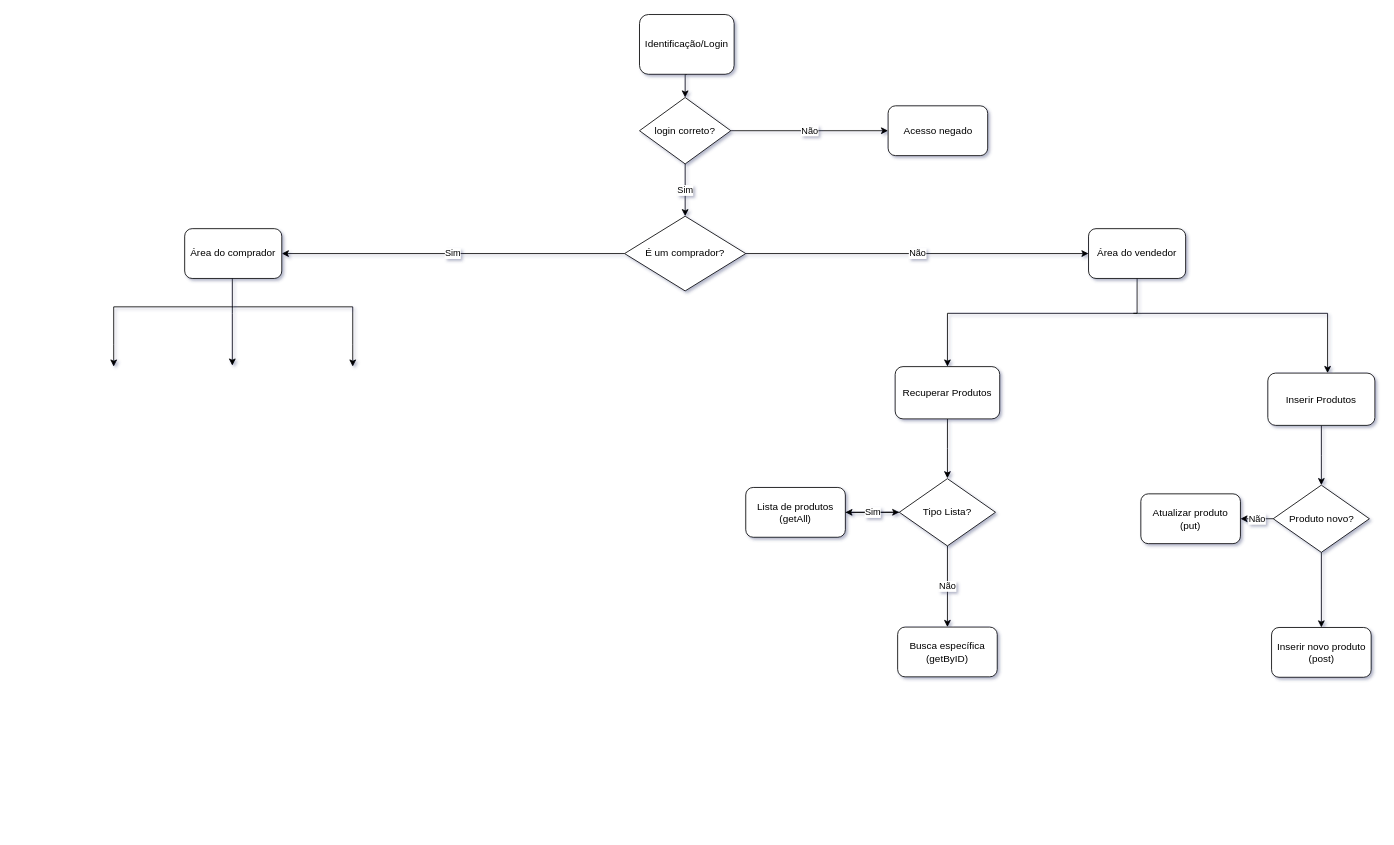
leohummels/Ordinary-Commerce keeps this draw.io diagram as src/Untitled Diagram.drawio. Above is the earlier version. Source tidied: cells renumbered, new cells numbered last; positions are measured from the earlier drawing's top-left corner, leaving out a move shared by most shapes. Both pictures are drawn from the tidied source at 83%, with x=0, y=0 at pixel (113, 14).
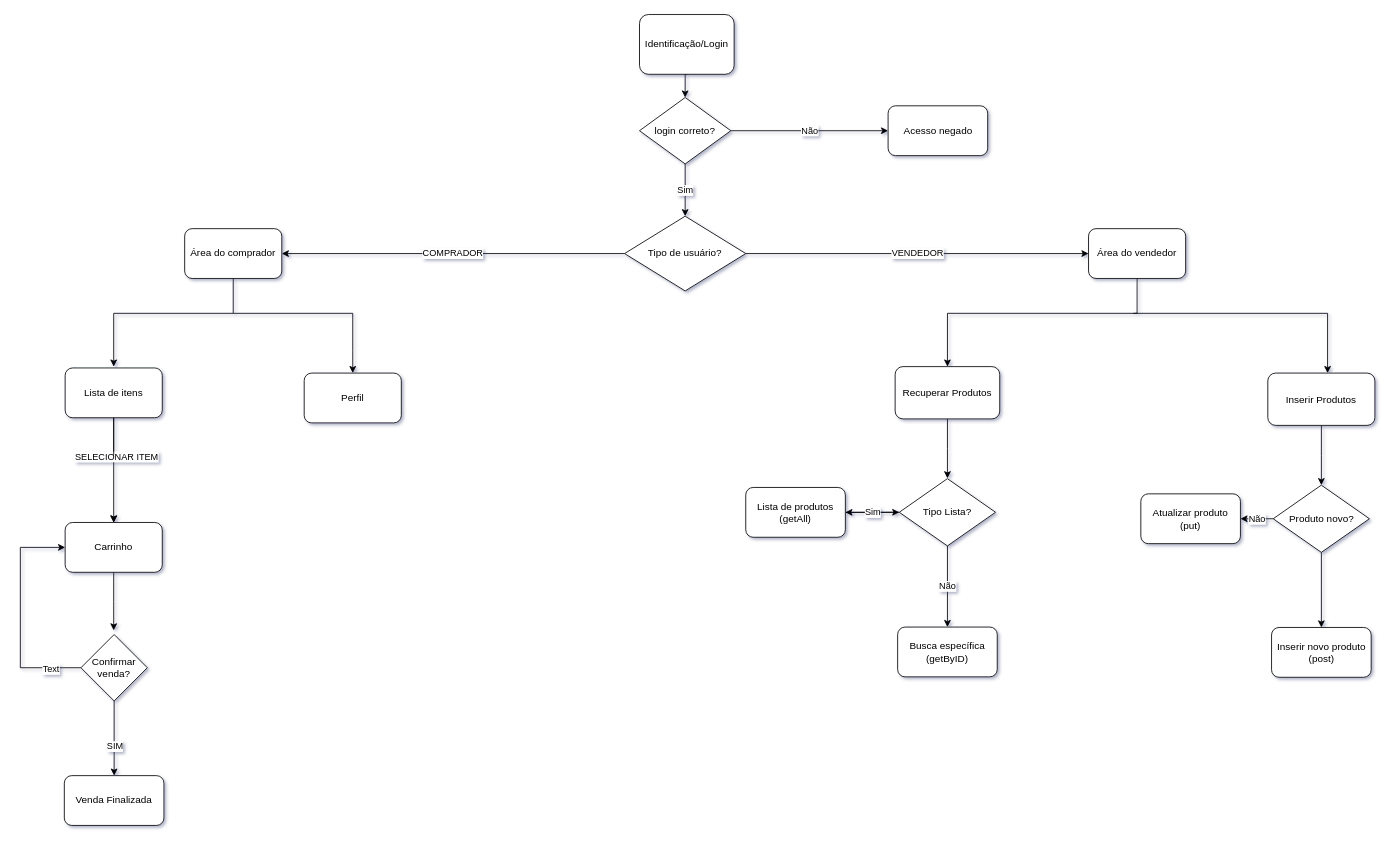
The same diagram, later.

Unchanged cells that the change refers to:
```xml
<mxCell id="8" value="Área do comprador" style="rounded=1;whiteSpace=wrap;html=1;" parent="1" vertex="1">
  <mxGeometry x="86" y="258" width="117" height="60" as="geometry" />
</mxCell>
<mxCell id="13" value="Área do vendedor" style="rounded=1;whiteSpace=wrap;html=1;" parent="1" vertex="1">
  <mxGeometry x="1175" y="258" width="117" height="60" as="geometry" />
</mxCell>
```

The edit, as a diff of the source:
```diff
@@
-    <mxCell id="9" value="Sim" style="edgeStyle=orthogonalEdgeStyle;rounded=0;jettySize=auto;html=1;exitX=0;exitY=0.5;exitDx=0;exitDy=0;entryX=1;entryY=0.5;entryDx=0;entryDy=0;" parent="1" edge="1" source="11" target="8">
+    <mxCell id="9" value="COMPRADOR" style="edgeStyle=orthogonalEdgeStyle;rounded=0;jettySize=auto;html=1;exitX=0;exitY=0.5;exitDx=0;exitDy=0;entryX=1;entryY=0.5;entryDx=0;entryDy=0;" parent="1" edge="1" source="11" target="8">
       <mxGeometry relative="1" as="geometry" />
     </mxCell>
-    <mxCell id="10" value="Não" style="edgeStyle=orthogonalEdgeStyle;rounded=0;jettySize=auto;html=1;entryX=0;entryY=0.5;entryDx=0;entryDy=0;" parent="1" edge="1" source="11" target="13">
+    <mxCell id="10" value="VENDEDOR" style="edgeStyle=orthogonalEdgeStyle;rounded=0;jettySize=auto;html=1;entryX=0;entryY=0.5;entryDx=0;entryDy=0;" parent="1" edge="1" source="11" target="13">
       <mxGeometry relative="1" as="geometry" />
     </mxCell>
-    <mxCell id="11" value="É um comprador?" style="rhombus;whiteSpace=wrap;html=1;" parent="1" vertex="1">
+    <mxCell id="11" value="Tipo de usuário?" style="rhombus;whiteSpace=wrap;html=1;" parent="1" vertex="1">
       <mxGeometry x="616" y="243" width="146" height="90" as="geometry" />
     </mxCell>
@@
-    <mxCell id="14" style="edgeStyle=orthogonalEdgeStyle;rounded=0;orthogonalLoop=1;jettySize=auto;html=1;" parent="1" edge="1">
-      <mxGeometry relative="1" as="geometry">
-        <mxPoint x="143.4" y="318" as="sourcePoint" />
-        <mxPoint x="143.4" y="423" as="targetPoint" />
-        <Array as="points">
-          <mxPoint x="143.4" y="360" />
-          <mxPoint x="143.4" y="360" />
-        </Array>
-      </mxGeometry>
-    </mxCell>
-    <mxCell id="15" style="edgeStyle=orthogonalEdgeStyle;rounded=0;orthogonalLoop=1;jettySize=auto;html=1;" parent="1" edge="1">
+    <mxCell id="15" style="edgeStyle=orthogonalEdgeStyle;rounded=0;jettySize=auto;html=1;exitX=0.5;exitY=1;exitDx=0;exitDy=0;" parent="1" edge="1" source="8">
       <mxGeometry relative="1" as="geometry">
-        <mxPoint x="144.5" y="352.2" as="sourcePoint" />
         <mxPoint x="0.5" y="424.2" as="targetPoint" />
         <Array as="points">
-          <mxPoint x="0.5" y="397.2" />
-          <mxPoint x="0.5" y="433.2" />
+          <mxPoint x="144" y="360" />
+          <mxPoint y="360" />
         </Array>
       </mxGeometry>
     </mxCell>
     <mxCell id="16" style="edgeStyle=orthogonalEdgeStyle;rounded=0;orthogonalLoop=1;jettySize=auto;html=1;" parent="1" edge="1">
       <mxGeometry relative="1" as="geometry">
-        <mxPoint x="144.5" y="352.2" as="sourcePoint" />
-        <mxPoint x="288.5" y="424.2" as="targetPoint" />
+        <mxPoint x="144.5" y="360" as="sourcePoint" />
+        <mxPoint x="288.5" y="432" as="targetPoint" />
         <Array as="points">
-          <mxPoint x="288.5" y="397.2" />
-          <mxPoint x="288.5" y="433.2" />
+          <mxPoint x="288.5" y="405" />
+          <mxPoint x="288.5" y="441" />
         </Array>
       </mxGeometry>
     </mxCell>
@@
+    <mxCell id="33" style="edgeStyle=orthogonalEdgeStyle;rounded=0;jettySize=auto;html=1;entryX=0.5;entryY=0;entryDx=0;entryDy=0;startArrow=none;" parent="1" edge="1" target="39">
+      <mxGeometry relative="1" as="geometry">
+        <mxPoint x="0.5" y="611" as="sourcePoint" />
+      </mxGeometry>
+    </mxCell>
+    <mxCell id="34" style="edgeStyle=orthogonalEdgeStyle;rounded=0;jettySize=auto;html=1;entryX=0.5;entryY=0;entryDx=0;entryDy=0;" parent="1" edge="1" source="36" target="39">
+      <mxGeometry relative="1" as="geometry" />
+    </mxCell>
+    <mxCell id="35" value="SELECIONAR ITEM" style="edgeLabel;html=1;align=center;verticalAlign=middle;" parent="34" vertex="1">
+      <mxGeometry x="-0.25" y="3" relative="1" as="geometry" />
+    </mxCell>
+    <mxCell id="36" value="Lista de itens" style="rounded=1;whiteSpace=wrap;html=1;" parent="1" vertex="1">
+      <mxGeometry x="-58" y="425.8" width="117" height="60" as="geometry" />
+    </mxCell>
+    <mxCell id="37" value="Perfil" style="rounded=1;whiteSpace=wrap;html=1;" parent="1" vertex="1">
+      <mxGeometry x="230" y="432" width="117" height="60" as="geometry" />
+    </mxCell>
+    <mxCell id="38" style="edgeStyle=orthogonalEdgeStyle;rounded=0;jettySize=auto;html=1;" parent="1" edge="1" source="39">
+      <mxGeometry relative="1" as="geometry">
+        <mxPoint x="0.5" y="742" as="targetPoint" />
+      </mxGeometry>
+    </mxCell>
+    <mxCell id="39" value="Carrinho" style="rounded=1;whiteSpace=wrap;html=1;" parent="1" vertex="1">
+      <mxGeometry x="-58" y="612" width="117" height="60" as="geometry" />
+    </mxCell>
+    <mxCell id="40" style="edgeStyle=orthogonalEdgeStyle;rounded=0;jettySize=auto;html=1;entryX=0.5;entryY=0;entryDx=0;entryDy=0;endArrow=none;" parent="1" edge="1" source="36">
+      <mxGeometry relative="1" as="geometry">
+        <mxPoint x="0.5" y="531" as="targetPoint" />
+      </mxGeometry>
+    </mxCell>
+    <mxCell id="41" style="edgeStyle=orthogonalEdgeStyle;rounded=0;jettySize=auto;html=1;" parent="1" edge="1" source="45" target="46">
+      <mxGeometry relative="1" as="geometry" />
+    </mxCell>
+    <mxCell id="42" value="SIM" style="edgeLabel;html=1;align=center;verticalAlign=middle;" parent="41" vertex="1">
+      <mxGeometry x="0.21" relative="1" as="geometry" />
+    </mxCell>
+    <mxCell id="43" style="edgeStyle=orthogonalEdgeStyle;rounded=0;jettySize=auto;html=1;exitX=0;exitY=0.5;exitDx=0;exitDy=0;entryX=0;entryY=0.5;entryDx=0;entryDy=0;" parent="1" edge="1" source="45" target="39">
+      <mxGeometry relative="1" as="geometry">
+        <Array as="points">
+          <mxPoint x="-112" y="787" />
+          <mxPoint x="-112" y="642" />
+        </Array>
+      </mxGeometry>
+    </mxCell>
+    <mxCell id="44" value="Text" style="edgeLabel;html=1;align=center;verticalAlign=middle;" parent="43" vertex="1">
+      <mxGeometry x="-0.24" y="1" relative="1" as="geometry">
+        <mxPoint x="37" y="31" as="offset" />
+      </mxGeometry>
+    </mxCell>
+    <mxCell id="45" value="Confirmar venda?" style="rhombus;whiteSpace=wrap;html=1;" parent="1" vertex="1">
+      <mxGeometry x="-39" y="747" width="80" height="80" as="geometry" />
+    </mxCell>
+    <mxCell id="46" value="Venda Finalizada" style="rounded=1;whiteSpace=wrap;html=1;" parent="1" vertex="1">
+      <mxGeometry x="-59" y="917" width="120" height="60" as="geometry" />
+    </mxCell>
```
